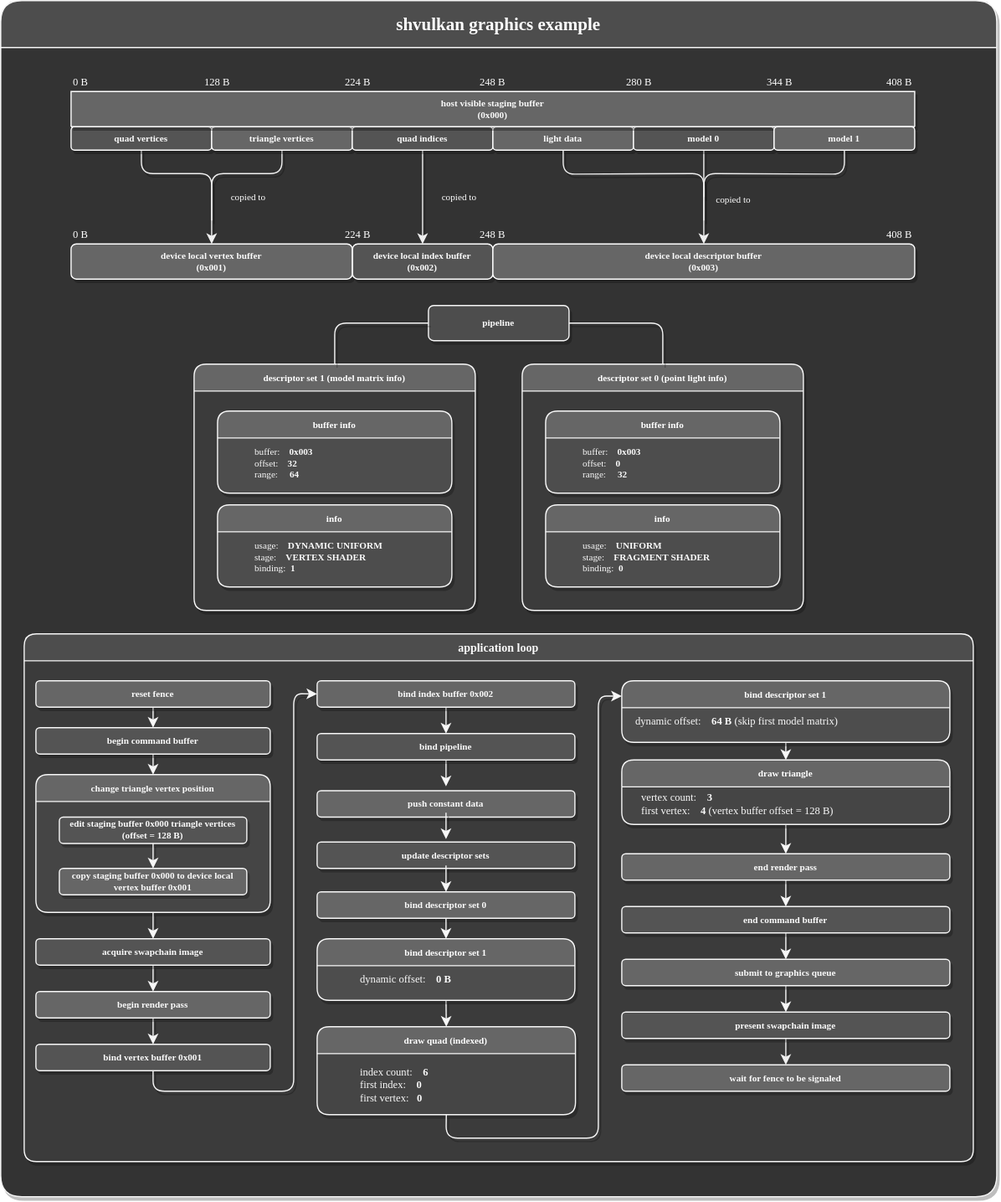
MrSinho/shvulkan keeps this draw.io diagram as examples/diagrams/shvulkan graphics.drawio.svg. Above is the earlier version. Source tidied: cells renumbered, new cells last; positions are measured from the earlier drawing's top-left corner, leaving out a move shared by most shapes.
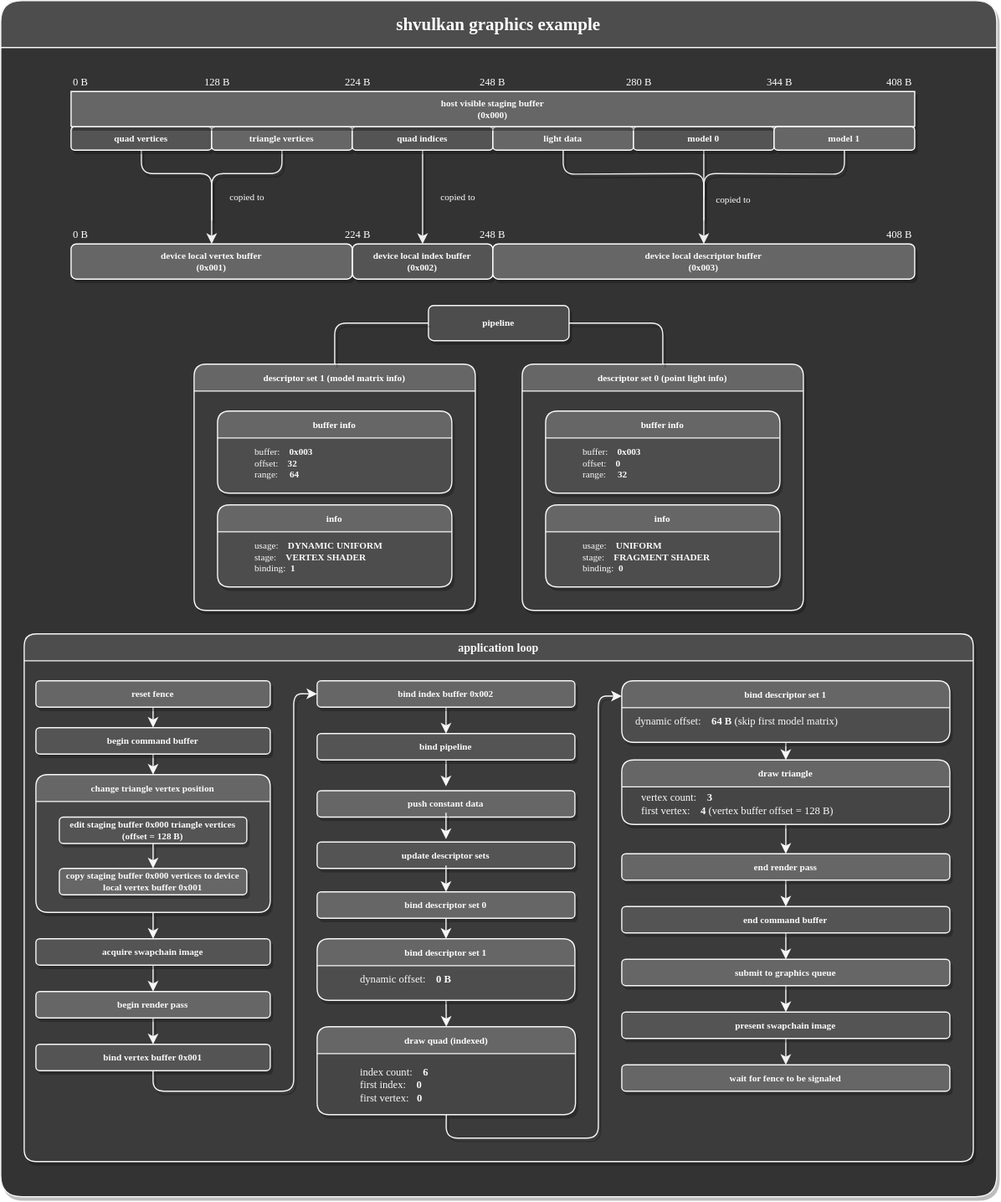
The same diagram one commit later.

Change to the diagram source:
```diff
@@ -333,7 +333,7 @@
     <mxCell id="88" value="edit staging buffer 0x000 triangle vertices (offset = 128 B)" style="whiteSpace=wrap;html=1;align=center;fontFamily=consolas;fontSize=8;fontStyle=1;fillColor=#545454;fontColor=#FAFAFA;strokeColor=#F7F7F7;rounded=1;shadow=1;labelBackgroundColor=none;" parent="1" vertex="1">
       <mxGeometry x="50" y="696.2" width="160" height="22.5" as="geometry" />
     </mxCell>
-    <mxCell id="89" value="copy staging buffer 0x000 to device local vertex buffer 0x001" style="whiteSpace=wrap;html=1;align=center;fontFamily=consolas;fontSize=8;fontStyle=1;fillColor=#666666;fontColor=#FAFAFA;strokeColor=#F7F7F7;rounded=1;shadow=1;labelBackgroundColor=none;" parent="1" vertex="1">
+    <mxCell id="89" value="copy staging buffer 0x000 vertices to device local vertex buffer 0x001" style="whiteSpace=wrap;html=1;align=center;fontFamily=consolas;fontSize=8;fontStyle=1;fillColor=#666666;fontColor=#FAFAFA;strokeColor=#F7F7F7;rounded=1;shadow=1;labelBackgroundColor=none;" parent="1" vertex="1">
       <mxGeometry x="50" y="740" width="160" height="22.5" as="geometry" />
     </mxCell>
     <mxCell id="90" style="edgeStyle=none;rounded=0;jumpSize=6;jettySize=auto;html=1;exitX=0.5;exitY=1;exitDx=0;exitDy=0;entryX=0.5;entryY=0;entryDx=0;entryDy=0;shadow=1;fontFamily=consolas;fontSize=8;sourcePerimeterSpacing=100;strokeColor=#F7F7F7;fontColor=#FAFAFA;labelBackgroundColor=none;" parent="1" edge="1" source="88">
```
